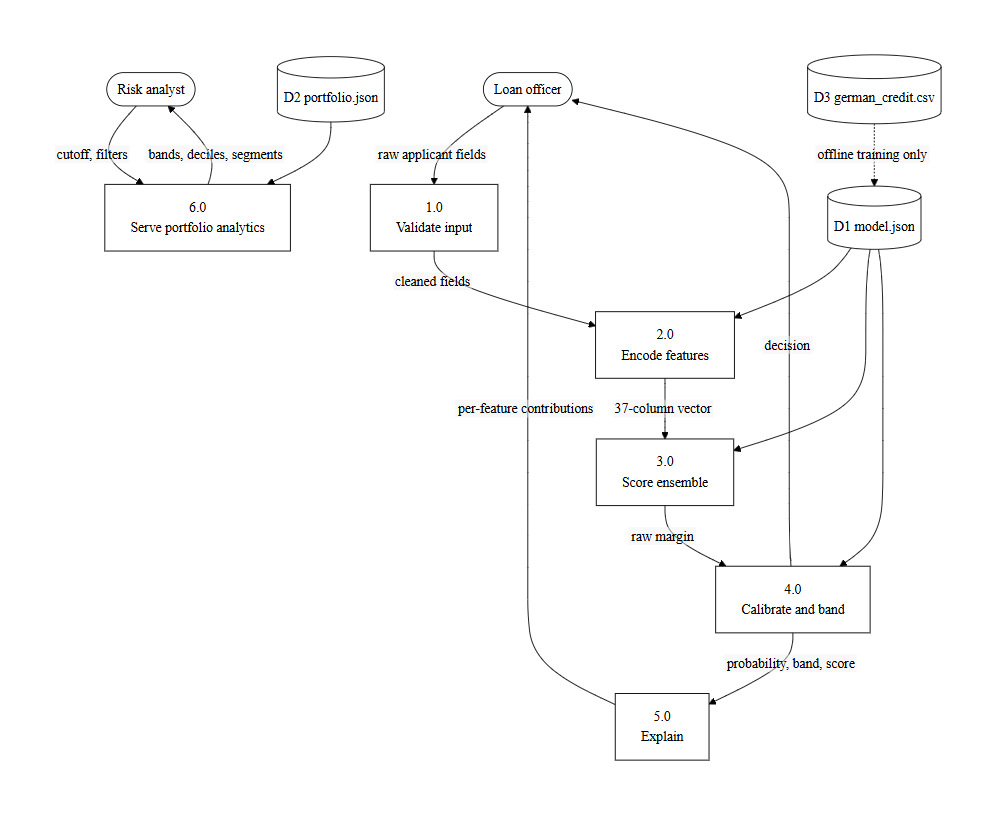
gursimrannkaurr/credoscore keeps this Mermaid diagram as report/assets/figures/fig-3-5-dfd1.png. Above is the earlier version. Its source is kept beside it as report/diagrams/fig-3-5-dfd1.mmd.
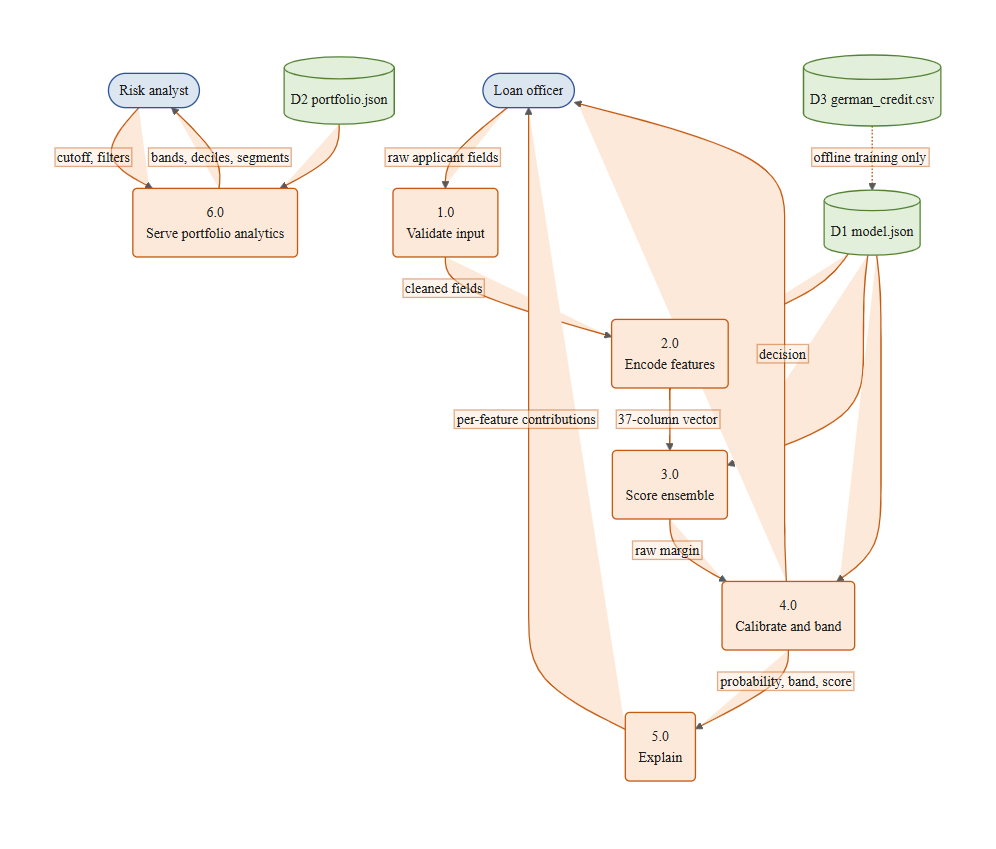
Later version of the same file.

The edit, as a diff of the source:
```diff
@@ -2,12 +2,12 @@
     LO(["Loan officer"])
     RA(["Risk analyst"])
 
-    P1["1.0<br/>Validate input"]
-    P2["2.0<br/>Encode features"]
-    P3["3.0<br/>Score ensemble"]
-    P4["4.0<br/>Calibrate and band"]
-    P5["5.0<br/>Explain"]
-    P6["6.0<br/>Serve portfolio analytics"]
+    P1("1.0<br/>Validate input")
+    P2("2.0<br/>Encode features")
+    P3("3.0<br/>Score ensemble")
+    P4("4.0<br/>Calibrate and band")
+    P5("5.0<br/>Explain")
+    P6("6.0<br/>Serve portfolio analytics")
 
     D1[("D1 model.json")]
     D2[("D2 portfolio.json")]
@@ -28,3 +28,11 @@
     D2 --- P6
     D3 -. "offline training only" .-> D1
     P6 -- "bands, deciles, segments" --> RA
+
+    classDef root fill:#FDE9D9,stroke:#C55A11,stroke-width:1.5px;
+    classDef mid fill:#DCE6F1,stroke:#2F5597,stroke-width:1.5px;
+    classDef leaf fill:#E2EFDA,stroke:#548235,stroke-width:1.5px;
+
+    class LO,RA mid
+    class P1,P2,P3,P4,P5,P6 root
+    class D1,D2,D3 leaf
```
